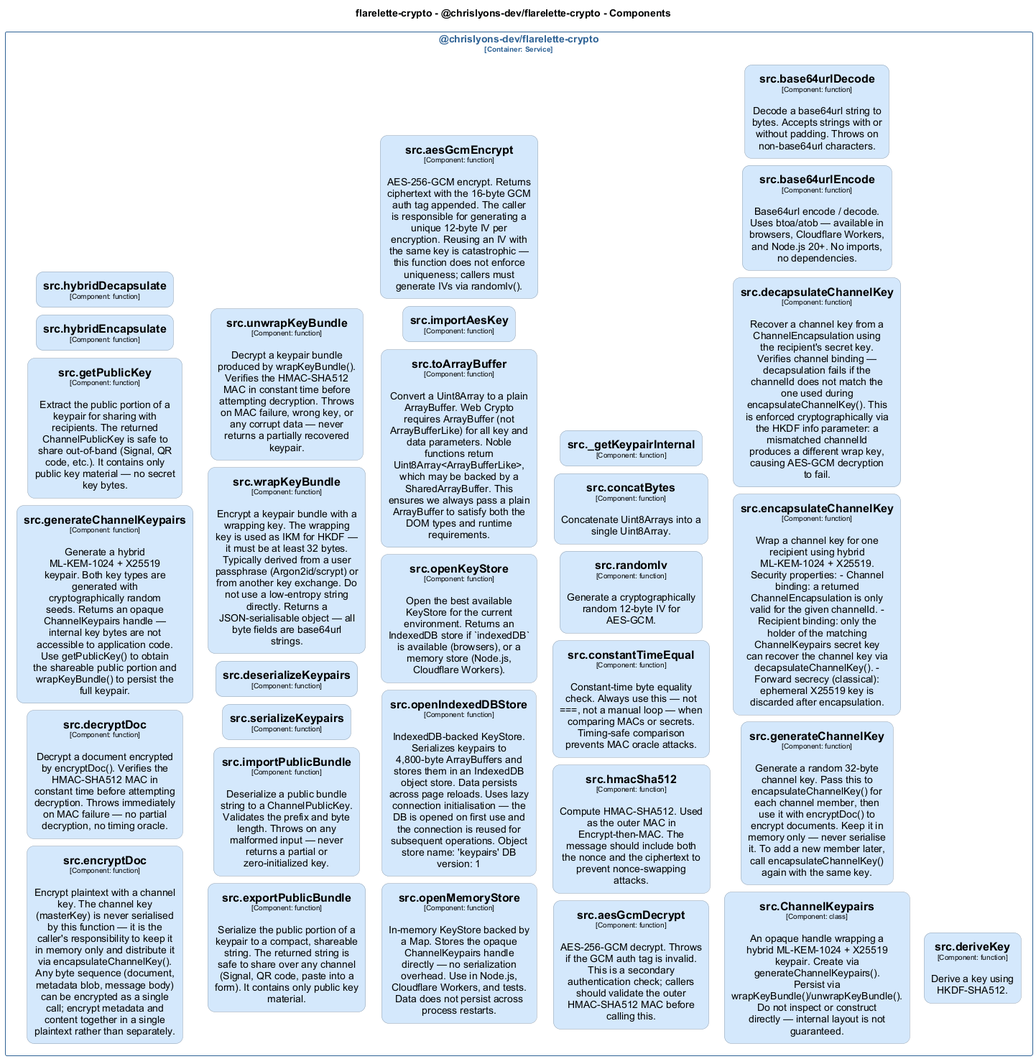
Earlier version of the PlantUML export docs/architecture/diagrams/structurizr-Classes_chrislyons_dev_flarelette_crypto__src.png (chrislyons-dev/flarelette-crypto).
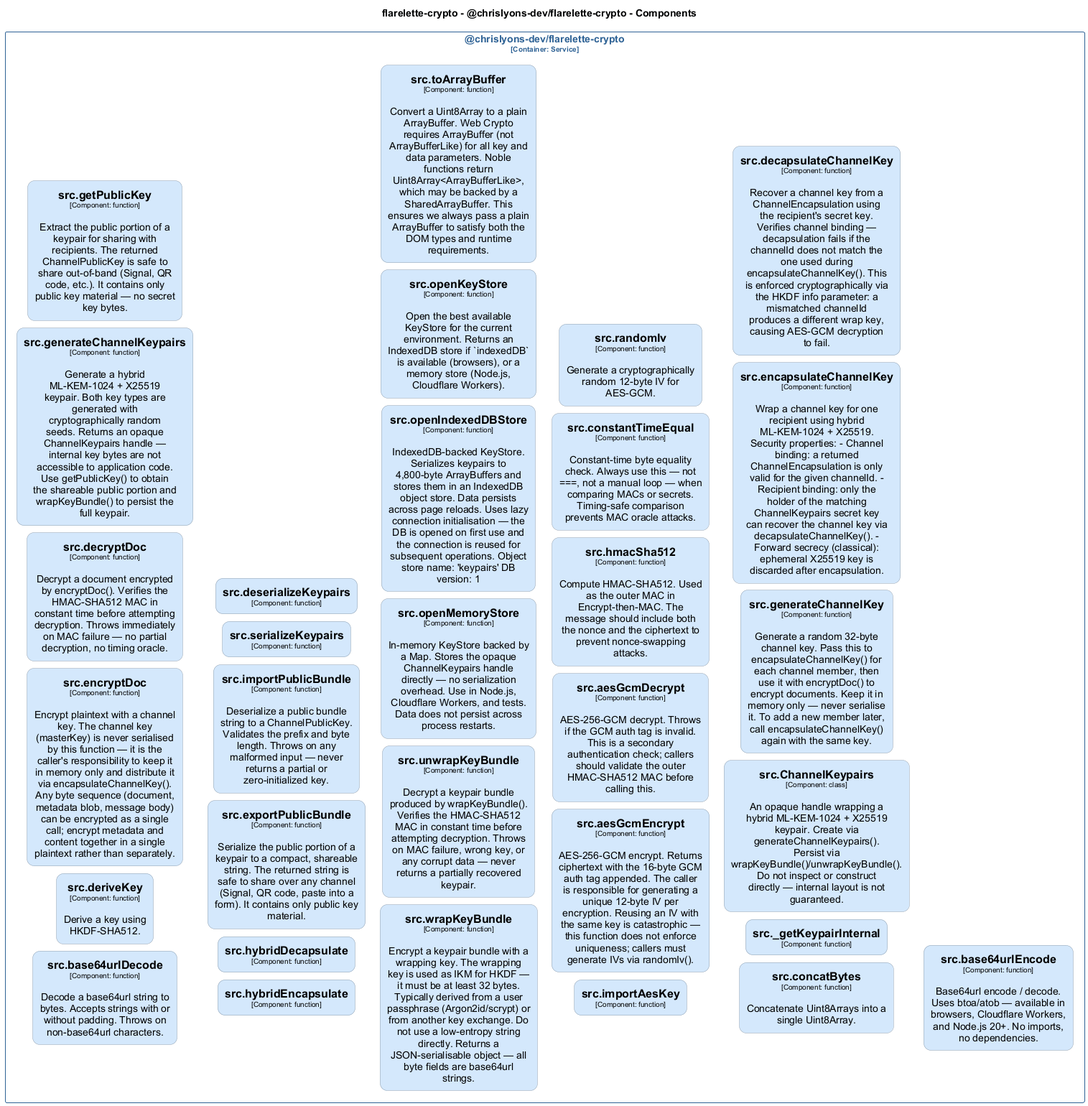
Later version of the same file.

Change to the diagram source:
```diff
@@ -240,6 +240,8 @@
 }
 
 rectangle "@chrislyons-dev/flarelette-crypto\n<size:10>[Container: Service]</size>" <<flarelettecrypto.chrislyonsdevflarelettecrypto>> {
+  rectangle "==src.base64urlDecode\n<size:10>[Component: function]</size>\n\nDecode a base64url string to bytes. Accepts strings with or without padding. Throws on non-base64url characters." <<flarelettecrypto.chrislyonsdevflarelettecrypto.srcbase64urlDecode>> as flarelettecrypto.chrislyonsdevflarelettecrypto.srcbase64urlDecode
+  rectangle "==src.deriveKey\n<size:10>[Component: function]</size>\n\nDerive a key using HKDF-SHA512." <<flarelettecrypto.chrislyonsdevflarelettecrypto.srcderiveKey>> as flarelettecrypto.chrislyonsdevflarelettecrypto.srcderiveKey
   rectangle "==src.encryptDoc\n<size:10>[Component: function]</size>\n\nEncrypt plaintext with a channel key. The channel key (masterKey) is never serialised by this function — it is the caller's responsibility to keep it in memory only and distribute it via encapsulateChannelKey(). Any byte sequence (document, metadata blob, message body) can be encrypted as a single call; encrypt metadata and content together in a single plaintext rather than separately." <<flarelettecrypto.chrislyonsdevflarelettecrypto.srcencryptDoc>> as flarelettecrypto.chrislyonsdevflarelettecrypto.srcencryptDoc
   rectangle "==src.decryptDoc\n<size:10>[Component: function]</size>\n\nDecrypt a document encrypted by encryptDoc(). Verifies the HMAC-SHA512 MAC in constant time before attempting decryption. Throws immediately on MAC failure — no partial decryption, no timing oracle." <<flarelettecrypto.chrislyonsdevflarelettecrypto.srcdecryptDoc>> as flarelettecrypto.chrislyonsdevflarelettecrypto.srcdecryptDoc
   rectangle "==src.generateChannelKeypairs\n<size:10>[Component: function]</size>\n\nGenerate a hybrid ML-KEM-1024 + X25519 keypair. Both key types are generated with cryptographically random seeds. Returns an opaque ChannelKeypairs handle — internal key bytes are not accessible to application code. Use getPublicKey() to obtain the shareable public portion and wrapKeyBundle() to persist the full keypair." <<flarelettecrypto.chrislyonsdevflarelettecrypto.srcgenerateChannelKeypairs>> as flarelettecrypto.chrislyonsdevflarelettecrypto.srcgenerateChannelKeypairs
@@ -269,8 +271,6 @@
   rectangle "==src.encapsulateChannelKey\n<size:10>[Component: function]</size>\n\nWrap a channel key for one recipient using hybrid ML-KEM-1024 + X25519. Security properties: - Channel binding: a returned ChannelEncapsulation is only valid for the given channelId. - Recipient binding: only the holder of the matching ChannelKeypairs secret key can recover the channel key via decapsulateChannelKey(). - Forward secrecy (classical): ephemeral X25519 key is discarded after encapsulation." <<flarelettecrypto.chrislyonsdevflarelettecrypto.srcencapsulateChannelKey>> as flarelettecrypto.chrislyonsdevflarelettecrypto.srcencapsulateChannelKey
   rectangle "==src.decapsulateChannelKey\n<size:10>[Component: function]</size>\n\nRecover a channel key from a ChannelEncapsulation using the recipient's secret key. Verifies channel binding — decapsulation fails if the channelId does not match the one used during encapsulateChannelKey(). This is enforced cryptographically via the HKDF info parameter: a mismatched channelId produces a different wrap key, causing AES-GCM decryption to fail." <<flarelettecrypto.chrislyonsdevflarelettecrypto.srcdecapsulateChannelKey>> as flarelettecrypto.chrislyonsdevflarelettecrypto.srcdecapsulateChannelKey
   rectangle "==src.base64urlEncode\n<size:10>[Component: function]</size>\n\nBase64url encode / decode. Uses btoa/atob — available in browsers, Cloudflare Workers, and Node.js 20+. No imports, no dependencies." <<flarelettecrypto.chrislyonsdevflarelettecrypto.srcbase64urlEncode>> as flarelettecrypto.chrislyonsdevflarelettecrypto.srcbase64urlEncode
-  rectangle "==src.base64urlDecode\n<size:10>[Component: function]</size>\n\nDecode a base64url string to bytes. Accepts strings with or without padding. Throws on non-base64url characters." <<flarelettecrypto.chrislyonsdevflarelettecrypto.srcbase64urlDecode>> as flarelettecrypto.chrislyonsdevflarelettecrypto.srcbase64urlDecode
-  rectangle "==src.deriveKey\n<size:10>[Component: function]</size>\n\nDerive a key using HKDF-SHA512." <<flarelettecrypto.chrislyonsdevflarelettecrypto.srcderiveKey>> as flarelettecrypto.chrislyonsdevflarelettecrypto.srcderiveKey
 }
 
 @enduml
```
